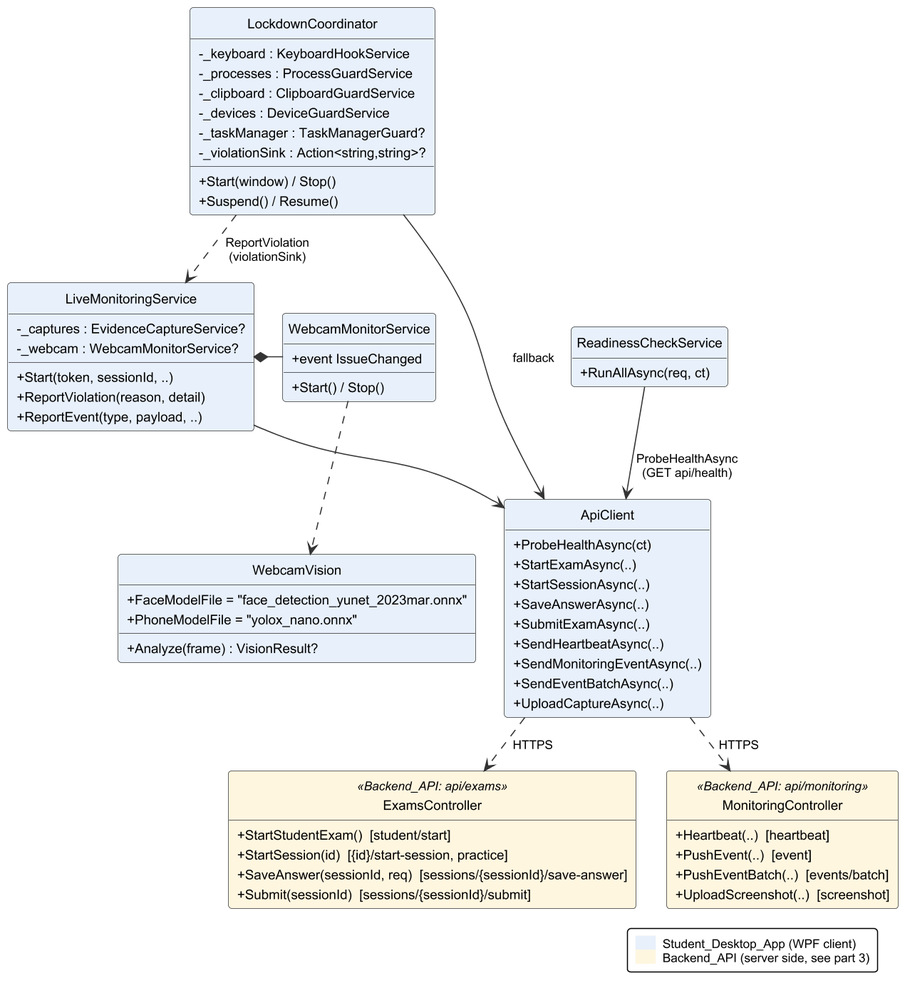
Earlier version of the PlantUML export important docs/fyp_doc_3chatp/Figures/class_diagram_client.png (Haiderali27-hub/AI-Lab-Monitoring-). Its source is kept beside it as important docs/fyp_doc_3chatp/Figures/src/class_diagram_client.puml.
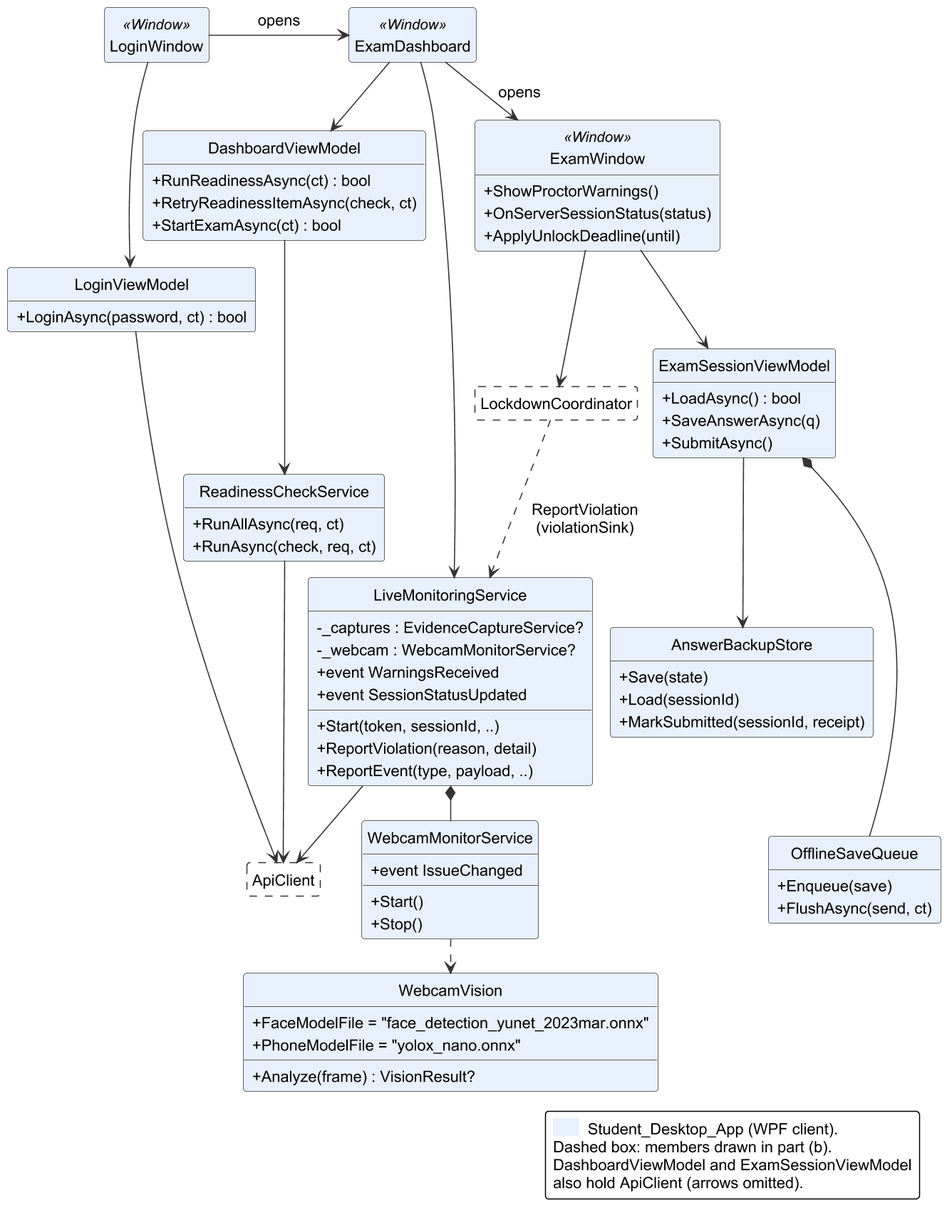
The same diagram one commit later.

Diff of the diagram source:
```diff
@@ -3,37 +3,62 @@
 hide empty members
 hide circle
 skinparam classAttributeIconSize 0
-skinparam nodesep 26
+skinparam nodesep 14
 skinparam ranksep 30
 skinparam class {
-  FontSize 13
-  AttributeFontSize 12
+  FontSize 14
+  AttributeFontSize 14
+  StereotypeFontSize 13
 }
-skinparam ArrowFontSize 11
-skinparam stereotypeFontSize 10
+skinparam ArrowFontSize 14
+skinparam stereotypeFontSize 14
 
-class LockdownCoordinator #E8F0FB {
-  -_keyboard : KeyboardHookService
-  -_processes : ProcessGuardService
-  -_clipboard : ClipboardGuardService
-  -_devices : DeviceGuardService
-  -_taskManager : TaskManagerGuard?
-  -_violationSink : Action<string,string>?
-  +Start(window) / Stop()
-  +Suspend() / Resume()
+class LoginWindow <<Window>> #E8F0FB
+class ExamDashboard <<Window>> #E8F0FB
+class ExamWindow <<Window>> #E8F0FB {
+  +ShowProctorWarnings()
+  +OnServerSessionStatus(status)
+  +ApplyUnlockDeadline(until)
+}
+class LoginViewModel #E8F0FB {
+  +LoginAsync(password, ct) : bool
+}
+class DashboardViewModel #E8F0FB {
+  +RunReadinessAsync(ct) : bool
+  +RetryReadinessItemAsync(check, ct)
+  +StartExamAsync(ct) : bool
+}
+class ExamSessionViewModel #E8F0FB {
+  +LoadAsync() : bool
+  +SaveAnswerAsync(q)
+  +SubmitAsync()
+}
+class AnswerBackupStore #E8F0FB {
+  +Save(state)
+  +Load(sessionId)
+  +MarkSubmitted(sessionId, receipt)
+}
+class OfflineSaveQueue #E8F0FB {
+  +Enqueue(save)
+  +FlushAsync(send, ct)
 }
 class ReadinessCheckService #E8F0FB {
   +RunAllAsync(req, ct)
+  +RunAsync(check, req, ct)
 }
+class LockdownCoordinator #FFFFFF ##[dashed]
 class LiveMonitoringService #E8F0FB {
   -_captures : EvidenceCaptureService?
   -_webcam : WebcamMonitorService?
   +Start(token, sessionId, ..)
   +ReportViolation(reason, detail)
   +ReportEvent(type, payload, ..)
+  +event WarningsReceived
+  +event SessionStatusUpdated
 }
 class WebcamMonitorService #E8F0FB {
-  +Start() / Stop()
+  +Start()
+  +Stop()
   +event IssueChanged
 }
 class WebcamVision #E8F0FB {
@@ -41,44 +66,31 @@
   +PhoneModelFile = "yolox_nano.onnx"
   +Analyze(frame) : VisionResult?
 }
-class ApiClient #E8F0FB {
-  +ProbeHealthAsync(ct)
-  +StartExamAsync(..)
-  +StartSessionAsync(..)
-  +SaveAnswerAsync(..)
-  +SubmitExamAsync(..)
-  +SendHeartbeatAsync(..)
-  +SendMonitoringEventAsync(..)
-  +SendEventBatchAsync(..)
-  +UploadCaptureAsync(..)
-}
+class ApiClient #FFFFFF ##[dashed]
 
-class ExamsController <<Backend_API: api/exams>> #FFF6E0 {
-  +StartStudentExam()  [student/start]
-  +StartSession(id)  [{id}/start-session, practice]
-  +SaveAnswer(sessionId, req)  [sessions/{sessionId}/save-answer]
-  +Submit(sessionId)  [sessions/{sessionId}/submit]
-}
-class MonitoringController <<Backend_API: api/monitoring>> #FFF6E0 {
-  +Heartbeat(..)  [heartbeat]
-  +PushEvent(..)  [event]
-  +PushEventBatch(..)  [events/batch]
-  +UploadScreenshot(..)  [screenshot]
-}
-
+LoginWindow -down-> LoginViewModel
+LoginWindow -right-> ExamDashboard : opens
+ExamDashboard --> DashboardViewModel
+ExamDashboard --> ExamWindow : opens
+ExamDashboard --> LiveMonitoringService
+DashboardViewModel --> ReadinessCheckService
+ExamWindow --> ExamSessionViewModel
+ExamWindow --> LockdownCoordinator
+ExamSessionViewModel --> AnswerBackupStore
+ExamSessionViewModel *-- OfflineSaveQueue
+AnswerBackupStore -[hidden]down- OfflineSaveQueue
+ReadinessCheckService --> ApiClient
+LoginViewModel --> ApiClient
 LockdownCoordinator ..> LiveMonitoringService : ReportViolation\n(violationSink)
-LockdownCoordinator --> ApiClient : fallback
-LiveMonitoringService *-right- WebcamMonitorService
+LiveMonitoringService *-- WebcamMonitorService
 WebcamMonitorService ..> WebcamVision
 LiveMonitoringService --> ApiClient
-ReadinessCheckService --> ApiClient : ProbeHealthAsync\n(GET api/health)
 
-ApiClient ..> ExamsController : HTTPS
-ApiClient ..> MonitoringController : HTTPS
-
-skinparam legendFontSize 11
+skinparam legendFontSize 14
 legend bottom right
-  <back:#E8F0FB>      </back>  Student<U+005F>Desktop<U+005F>App (WPF client)
-  <back:#FFF6E0>      </back>  Backend<U+005F>API (server side, see part 3)
+  <back:#E8F0FB>      </back>  Student<U+005F>Desktop<U+005F>App (WPF client).
+  Dashed box: members drawn in part (b).
+  DashboardViewModel and ExamSessionViewModel
+  also hold ApiClient (arrows omitted).
 endlegend
 @enduml
```
